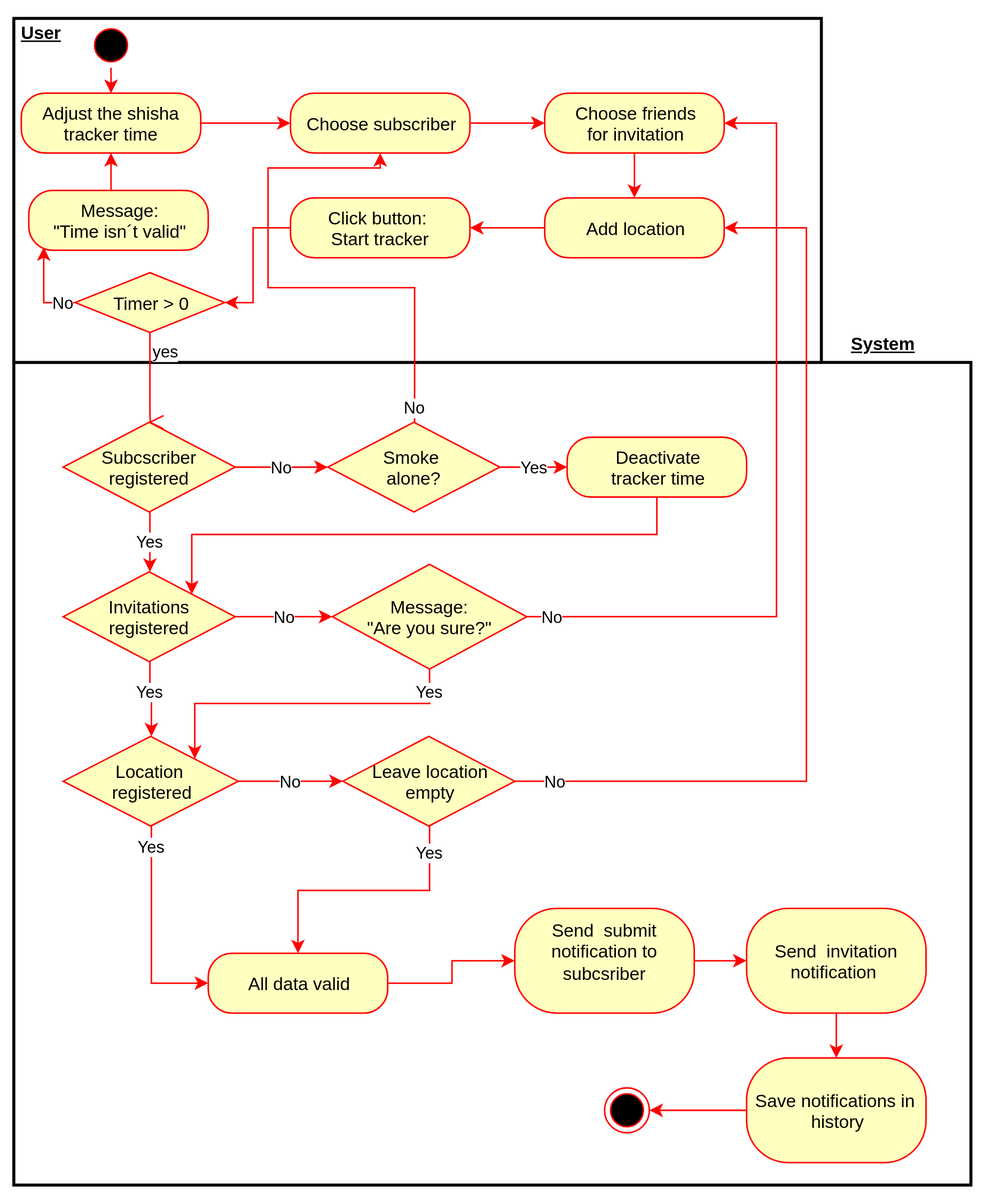
The draw.io diagram documentation/sendNotificationDiagram.svg in DawidMa/sheeshApp, before a commit. Source tidied: cells renumbered, new cells last; positions are measured from the earlier drawing's top-left corner, leaving out a move shared by most shapes.
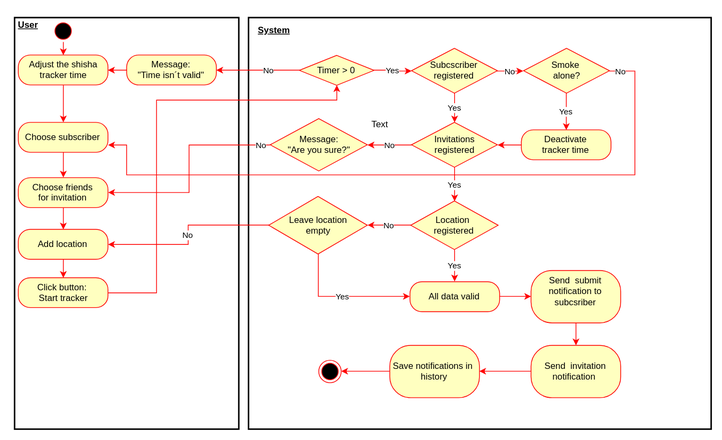
Above is the later version.

Change to the diagram source:
```diff
@@ -3,10 +3,10 @@
     <mxCell id="0" />
     <mxCell id="1" parent="0" />
     <mxCell id="2" style="html=1;strokeWidth=2;gradientColor=none;" parent="1" vertex="1">
-      <mxGeometry y="234" width="640" height="550" as="geometry" />
+      <mxGeometry x="313" y="4" width="619" height="550" as="geometry" />
     </mxCell>
     <mxCell id="3" style="html=1;strokeWidth=2;gradientColor=none;" parent="1" vertex="1">
-      <mxGeometry y="4" width="540" height="230" as="geometry" />
+      <mxGeometry y="4" width="300" height="550" as="geometry" />
     </mxCell>
     <mxCell id="4" style="edgeStyle=orthogonalEdgeStyle;rounded=0;html=1;exitX=0.5;exitY=1;entryX=0.5;entryY=0;jettySize=auto;strokeColor=#FF0000;" parent="1" edge="1" source="5" target="7">
       <mxGeometry relative="1" as="geometry" />
@@ -14,175 +14,163 @@
     <mxCell id="5" style="ellipse;html=1;shape=startState;fillColor=#000000;strokeColor=#ff0000;" parent="1" vertex="1">
       <mxGeometry x="50" y="7" width="30" height="30" as="geometry" />
     </mxCell>
-    <mxCell id="6" style="edgeStyle=orthogonalEdgeStyle;rounded=0;html=1;entryX=0;entryY=0.5;jettySize=auto;strokeColor=#FF0000;" parent="1" edge="1" source="7" target="9">
+    <mxCell id="6" style="edgeStyle=orthogonalEdgeStyle;rounded=0;html=1;exitX=0.5;exitY=1;jettySize=auto;strokeColor=#FF0000;" parent="1" edge="1" source="7" target="9">
       <mxGeometry relative="1" as="geometry" />
     </mxCell>
     <mxCell id="7" value="Adjust the shisha&lt;div&gt;&lt;div&gt;&lt;span&gt;tracker time&lt;/span&gt;&lt;/div&gt;&lt;/div&gt;" style="rounded=1;whiteSpace=wrap;html=1;arcSize=40;fillColor=#ffffc0;strokeColor=#ff0000;" parent="1" vertex="1">
       <mxGeometry x="5" y="54" width="120" height="40" as="geometry" />
     </mxCell>
-    <mxCell id="8" style="edgeStyle=orthogonalEdgeStyle;rounded=0;html=1;entryX=0;entryY=0.5;jettySize=auto;strokeColor=#FF0000;" parent="1" edge="1" source="9" target="11">
+    <mxCell id="8" style="edgeStyle=orthogonalEdgeStyle;rounded=0;html=1;entryX=0.5;entryY=0;jettySize=auto;strokeColor=#FF0000;" parent="1" edge="1" source="9" target="11">
       <mxGeometry relative="1" as="geometry" />
     </mxCell>
     <mxCell id="9" value="Choose subscriber" style="rounded=1;whiteSpace=wrap;html=1;arcSize=40;fillColor=#ffffc0;strokeColor=#ff0000;" parent="1" vertex="1">
-      <mxGeometry x="185" y="54" width="120" height="40" as="geometry" />
+      <mxGeometry x="5" y="144" width="120" height="40" as="geometry" />
     </mxCell>
     <mxCell id="10" style="edgeStyle=orthogonalEdgeStyle;rounded=0;html=1;entryX=0.5;entryY=0;jettySize=auto;strokeColor=#FF0000;" parent="1" edge="1" source="11" target="13">
       <mxGeometry relative="1" as="geometry" />
     </mxCell>
     <mxCell id="11" value="Choose friends&lt;div&gt;for&amp;nbsp;&lt;span&gt;invitation&lt;/span&gt;&lt;/div&gt;" style="rounded=1;whiteSpace=wrap;html=1;arcSize=40;fillColor=#ffffc0;strokeColor=#ff0000;" parent="1" vertex="1">
-      <mxGeometry x="355" y="54" width="120" height="40" as="geometry" />
+      <mxGeometry x="5" y="218" width="120" height="40" as="geometry" />
     </mxCell>
-    <mxCell id="12" style="edgeStyle=orthogonalEdgeStyle;rounded=0;html=1;entryX=1;entryY=0.5;jettySize=auto;strokeColor=#FF0000;" parent="1" edge="1" source="13" target="15">
+    <mxCell id="12" style="edgeStyle=orthogonalEdgeStyle;rounded=0;html=1;entryX=0.5;entryY=0;jettySize=auto;strokeColor=#FF0000;" parent="1" edge="1" source="13" target="15">
       <mxGeometry relative="1" as="geometry" />
     </mxCell>
     <mxCell id="13" value="Add location" style="rounded=1;whiteSpace=wrap;html=1;arcSize=40;fillColor=#ffffc0;strokeColor=#ff0000;" parent="1" vertex="1">
-      <mxGeometry x="355" y="124" width="120" height="40" as="geometry" />
+      <mxGeometry x="5" y="287" width="120" height="40" as="geometry" />
     </mxCell>
-    <mxCell id="14" style="edgeStyle=orthogonalEdgeStyle;rounded=0;html=1;exitX=0;exitY=0.5;entryX=1;entryY=0.5;jettySize=auto;strokeColor=#FF0000;" parent="1" edge="1" source="15" target="17">
+    <mxCell id="14" style="edgeStyle=orthogonalEdgeStyle;rounded=0;html=1;jettySize=auto;strokeColor=#FF0000;exitX=1;exitY=0.5;entryX=0.5;entryY=1;" parent="1" edge="1" source="15" target="17">
       <mxGeometry relative="1" as="geometry">
         <Array as="points">
-          <mxPoint x="160" y="144" />
-          <mxPoint x="160" y="194" />
+          <mxPoint x="190" y="372" />
+          <mxPoint x="190" y="114" />
+          <mxPoint x="431" y="114" />
         </Array>
       </mxGeometry>
     </mxCell>
     <mxCell id="15" value="Click button:&amp;nbsp;&lt;div&gt;Start tracker&lt;/div&gt;" style="rounded=1;whiteSpace=wrap;html=1;arcSize=40;fillColor=#ffffc0;strokeColor=#ff0000;" parent="1" vertex="1">
-      <mxGeometry x="185" y="124" width="120" height="40" as="geometry" />
+      <mxGeometry x="5" y="351.6" width="120" height="40" as="geometry" />
     </mxCell>
-    <mxCell id="16" value="No" style="edgeStyle=orthogonalEdgeStyle;rounded=0;html=1;exitX=0;exitY=0.5;entryX=0.083;entryY=0.95;entryPerimeter=0;jettySize=auto;strokeColor=#FF0000;" parent="1" edge="1" source="17" target="48">
-      <mxGeometry x="-0.74" relative="1" as="geometry" />
+    <mxCell id="16" value="No" style="edgeStyle=orthogonalEdgeStyle;rounded=0;html=1;entryX=1;entryY=0.5;jettySize=auto;strokeColor=#FF0000;" parent="1" edge="1" source="17" target="48">
+      <mxGeometry x="0.02" y="-15" relative="1" as="geometry">
+        <mxPoint x="15" y="15" as="offset" />
+      </mxGeometry>
     </mxCell>
+    <mxCell id="52" value="Yes" style="edgeStyle=orthogonalEdgeStyle;rounded=0;html=1;exitX=1;exitY=0.5;entryX=0;entryY=0.5;jettySize=auto;strokeColor=#FF0000;" parent="1" edge="1" source="17" target="21">
+      <mxGeometry relative="1" as="geometry" />
+    </mxCell>
     <mxCell id="17" value="Timer &amp;gt; 0" style="rhombus;whiteSpace=wrap;html=1;fillColor=#ffffc0;strokeColor=#ff0000;" parent="1" vertex="1">
-      <mxGeometry x="41" y="174" width="100" height="40" as="geometry" />
+      <mxGeometry x="381" y="54.5" width="100" height="40" as="geometry" />
     </mxCell>
-    <mxCell id="18" value="yes" style="edgeStyle=orthogonalEdgeStyle;html=1;align=left;verticalAlign=top;endArrow=open;endSize=8;strokeColor=#ff0000;exitX=0.5;exitY=1;" parent="1" edge="1" source="17">
-      <mxGeometry x="-1" relative="1" as="geometry">
-        <mxPoint x="90" y="274" as="targetPoint" />
-        <Array as="points">
-          <mxPoint x="90" y="274" />
-        </Array>
-      </mxGeometry>
-    </mxCell>
+    <mxCell id="20" value="Yes" style="edgeStyle=orthogonalEdgeStyle;rounded=0;html=1;exitX=0.5;exitY=1;jettySize=auto;strokeColor=#FF0000;" parent="1" edge="1" source="21" target="29">
+      <mxGeometry relative="1" as="geometry" />
+    </mxCell>
-    <mxCell id="19" value="No" style="edgeStyle=orthogonalEdgeStyle;rounded=0;html=1;exitX=1;exitY=0.5;entryX=0;entryY=0.5;jettySize=auto;fillColor=#f8cecc;strokeColor=#FF0000;" parent="1" edge="1" source="21" target="24">
+    <mxCell id="19" value="No" style="edgeStyle=orthogonalEdgeStyle;rounded=0;html=1;entryX=0;entryY=0.5;jettySize=auto;strokeColor=#FF0000;" parent="1" edge="1" source="21" target="24">
       <mxGeometry relative="1" as="geometry" />
     </mxCell>
-    <mxCell id="20" value="Yes" style="edgeStyle=orthogonalEdgeStyle;rounded=0;html=1;entryX=0.5;entryY=0;jettySize=auto;strokeColor=#FF0000;" parent="1" edge="1" source="21" target="29">
-      <mxGeometry relative="1" as="geometry" />
-    </mxCell>
     <mxCell id="21" value="Subcscriber registered" style="rhombus;whiteSpace=wrap;html=1;fillColor=#ffffc0;strokeColor=#ff0000;" parent="1" vertex="1">
-      <mxGeometry x="33" y="274" width="115" height="60" as="geometry" />
+      <mxGeometry x="531" y="45" width="115" height="60" as="geometry" />
     </mxCell>
-    <mxCell id="22" value="Yes" style="edgeStyle=orthogonalEdgeStyle;rounded=0;html=1;entryX=0;entryY=0.5;jettySize=auto;strokeColor=#FF0000;" parent="1" edge="1" source="24" target="26">
-      <mxGeometry relative="1" as="geometry" />
-    </mxCell>
-    <mxCell id="23" value="No" style="edgeStyle=orthogonalEdgeStyle;rounded=0;html=1;exitX=0.5;exitY=0;entryX=0.5;entryY=1;jettySize=auto;strokeColor=#FF0000;" parent="1" edge="1" source="24" target="9">
-      <mxGeometry x="-0.94" relative="1" as="geometry">
-        <Array as="points">
-          <mxPoint x="268" y="184" />
-          <mxPoint x="170" y="184" />
-          <mxPoint x="170" y="104" />
-          <mxPoint x="245" y="104" />
-        </Array>
-      </mxGeometry>
-    </mxCell>
-    <mxCell id="24" value="&lt;div&gt;Smoke&amp;nbsp;&lt;/div&gt;&lt;div&gt;alone?&lt;/div&gt;" style="rhombus;whiteSpace=wrap;html=1;fillColor=#ffffc0;strokeColor=#ff0000;" parent="1" vertex="1">
-      <mxGeometry x="210" y="274" width="115" height="60" as="geometry" />
-    </mxCell>
-    <mxCell id="25" style="edgeStyle=orthogonalEdgeStyle;rounded=0;html=1;exitX=0.5;exitY=1;entryX=1;entryY=0;jettySize=auto;strokeColor=#FF0000;" parent="1" edge="1" source="26" target="29">
+    <mxCell id="25" style="edgeStyle=orthogonalEdgeStyle;rounded=0;html=1;exitX=0;exitY=0.5;entryX=1;entryY=0.5;jettySize=auto;strokeColor=#FF0000;" parent="1" edge="1" source="26" target="29">
       <mxGeometry relative="1" as="geometry" />
     </mxCell>
     <mxCell id="26" value="Deactivate&lt;div&gt;tracker time&lt;/div&gt;" style="rounded=1;whiteSpace=wrap;html=1;arcSize=40;fillColor=#ffffc0;strokeColor=#ff0000;" parent="1" vertex="1">
-      <mxGeometry x="370" y="284" width="120" height="40" as="geometry" />
+      <mxGeometry x="678" y="154" width="120" height="40" as="geometry" />
     </mxCell>
     <mxCell id="27" value="Yes" style="edgeStyle=orthogonalEdgeStyle;rounded=0;html=1;exitX=0.5;exitY=1;entryX=0.5;entryY=0;jettySize=auto;strokeColor=#FF0000;" parent="1" edge="1" source="29" target="32">
-      <mxGeometry x="-0.2" relative="1" as="geometry" />
+      <mxGeometry relative="1" as="geometry" />
     </mxCell>
-    <mxCell id="28" value="No" style="edgeStyle=orthogonalEdgeStyle;rounded=0;html=1;entryX=0;entryY=0.5;jettySize=auto;strokeColor=#FF0000;" parent="1" edge="1" source="29" target="51">
+    <mxCell id="28" value="No" style="edgeStyle=orthogonalEdgeStyle;rounded=0;html=1;exitX=0;exitY=0.5;entryX=1;entryY=0.5;jettySize=auto;strokeColor=#FF0000;" parent="1" edge="1" source="29" target="51">
       <mxGeometry relative="1" as="geometry" />
     </mxCell>
     <mxCell id="29" value="Invitations&lt;div&gt;registered&lt;/div&gt;" style="rhombus;whiteSpace=wrap;html=1;fillColor=#ffffc0;strokeColor=#ff0000;" parent="1" vertex="1">
-      <mxGeometry x="33" y="374" width="115" height="60" as="geometry" />
+      <mxGeometry x="531" y="144" width="115" height="60" as="geometry" />
     </mxCell>
+    <mxCell id="31" value="Yes" style="edgeStyle=orthogonalEdgeStyle;rounded=0;html=1;exitX=0.5;exitY=1;entryX=0.5;entryY=0;jettySize=auto;strokeColor=#FF0000;" parent="1" edge="1" source="32" target="37">
+      <mxGeometry relative="1" as="geometry" />
+    </mxCell>
-    <mxCell id="30" value="No" style="edgeStyle=orthogonalEdgeStyle;rounded=0;html=1;entryX=0;entryY=0.5;jettySize=auto;strokeColor=#FF0000;" parent="1" edge="1" source="32" target="35">
+    <mxCell id="30" value="No" style="edgeStyle=orthogonalEdgeStyle;rounded=0;html=1;exitX=0;exitY=0.5;entryX=1;entryY=0.5;jettySize=auto;strokeColor=#FF0000;" parent="1" edge="1" source="32" target="35">
       <mxGeometry relative="1" as="geometry" />
     </mxCell>
-    <mxCell id="31" value="Yes" style="edgeStyle=orthogonalEdgeStyle;rounded=0;html=1;entryX=0;entryY=0.5;jettySize=auto;strokeColor=#FF0000;" parent="1" edge="1" source="32" target="37">
-      <mxGeometry x="-0.81" relative="1" as="geometry" />
-    </mxCell>
     <mxCell id="32" value="Location&amp;nbsp;&lt;div&gt;registered&lt;/div&gt;" style="rhombus;whiteSpace=wrap;html=1;fillColor=#ffffc0;strokeColor=#ff0000;" parent="1" vertex="1">
-      <mxGeometry x="33" y="484" width="117" height="60" as="geometry" />
+      <mxGeometry x="530" y="249" width="117" height="65" as="geometry" />
     </mxCell>
+    <mxCell id="34" value="Yes" style="edgeStyle=orthogonalEdgeStyle;rounded=0;html=1;exitX=0.5;exitY=1;entryX=0;entryY=0.5;jettySize=auto;strokeColor=#FF0000;" parent="1" edge="1" source="35" target="37">
+      <mxGeometry relative="1" as="geometry" />
+    </mxCell>
-    <mxCell id="33" value="No" style="edgeStyle=orthogonalEdgeStyle;rounded=0;html=1;jettySize=auto;strokeColor=#FF0000;entryX=1;entryY=0.5;" parent="1" edge="1" source="35" target="13">
-      <mxGeometry x="-0.91" relative="1" as="geometry">
-        <Array as="points">
-          <mxPoint x="530" y="514" />
-          <mxPoint x="530" y="144" />
-        </Array>
-      </mxGeometry>
+    <mxCell id="33" value="No" style="edgeStyle=orthogonalEdgeStyle;rounded=0;html=1;exitX=0;exitY=0.5;entryX=1;entryY=0.5;jettySize=auto;strokeColor=#FF0000;" parent="1" edge="1" source="35" target="13">
+      <mxGeometry relative="1" as="geometry" />
     </mxCell>
-    <mxCell id="34" value="Yes" style="edgeStyle=orthogonalEdgeStyle;rounded=0;html=1;entryX=0.5;entryY=0;jettySize=auto;strokeColor=#FF0000;" parent="1" edge="1" source="35" target="37">
-      <mxGeometry x="-0.79" relative="1" as="geometry">
-        <Array as="points">
-          <mxPoint x="278" y="587" />
-          <mxPoint x="190" y="587" />
-        </Array>
-      </mxGeometry>
-    </mxCell>
     <mxCell id="35" value="Leave location&lt;div&gt;empty&lt;/div&gt;" style="rhombus;whiteSpace=wrap;html=1;fillColor=#ffffc0;strokeColor=#ff0000;" parent="1" vertex="1">
-      <mxGeometry x="220" y="484" width="115" height="60" as="geometry" />
+      <mxGeometry x="340" y="243" width="132" height="77" as="geometry" />
     </mxCell>
     <mxCell id="36" style="edgeStyle=orthogonalEdgeStyle;rounded=0;html=1;exitX=1;exitY=0.5;entryX=0;entryY=0.5;jettySize=auto;strokeColor=#FF0000;" parent="1" edge="1" source="37" target="39">
       <mxGeometry relative="1" as="geometry" />
     </mxCell>
     <mxCell id="37" value="All data valid" style="rounded=1;whiteSpace=wrap;html=1;arcSize=40;fillColor=#ffffc0;strokeColor=#ff0000;" parent="1" vertex="1">
-      <mxGeometry x="130" y="629" width="120" height="40" as="geometry" />
+      <mxGeometry x="529" y="357" width="120" height="40" as="geometry" />
     </mxCell>
-    <mxCell id="38" style="edgeStyle=orthogonalEdgeStyle;rounded=0;html=1;entryX=0;entryY=0.5;jettySize=auto;strokeColor=#FF0000;" parent="1" edge="1" source="39" target="41">
+    <mxCell id="38" style="edgeStyle=orthogonalEdgeStyle;rounded=0;html=1;exitX=0.5;exitY=1;jettySize=auto;strokeColor=#FF0000;" parent="1" edge="1" source="39" target="41">
       <mxGeometry relative="1" as="geometry" />
     </mxCell>
     <mxCell id="39" value="Send&amp;nbsp; submit notification to&lt;div&gt;subcsriber&lt;br&gt;&lt;div&gt;&lt;br&gt;&lt;/div&gt;&lt;/div&gt;" style="rounded=1;whiteSpace=wrap;html=1;arcSize=40;fillColor=#ffffc0;strokeColor=#ff0000;" parent="1" vertex="1">
-      <mxGeometry x="335" y="599" width="120" height="70" as="geometry" />
+      <mxGeometry x="691" y="342" width="120" height="70" as="geometry" />
     </mxCell>
-    <mxCell id="40" style="edgeStyle=orthogonalEdgeStyle;rounded=0;html=1;entryX=0.5;entryY=0;jettySize=auto;strokeColor=#FF0000;" parent="1" edge="1" source="41" target="43">
+    <mxCell id="40" style="edgeStyle=orthogonalEdgeStyle;rounded=0;html=1;exitX=0;exitY=0.5;entryX=1;entryY=0.5;jettySize=auto;strokeColor=#FF0000;" parent="1" edge="1" source="41" target="43">
       <mxGeometry relative="1" as="geometry" />
     </mxCell>
     <mxCell id="41" value="Send&amp;nbsp; invitation notification&amp;nbsp;" style="rounded=1;whiteSpace=wrap;html=1;arcSize=40;fillColor=#ffffc0;strokeColor=#ff0000;" parent="1" vertex="1">
-      <mxGeometry x="490" y="599" width="120" height="70" as="geometry" />
+      <mxGeometry x="691" y="442" width="120" height="70" as="geometry" />
     </mxCell>
     <mxCell id="42" style="edgeStyle=orthogonalEdgeStyle;rounded=0;html=1;exitX=0;exitY=0.5;entryX=1;entryY=0.5;jettySize=auto;strokeColor=#FF0000;" parent="1" edge="1" source="43" target="44">
       <mxGeometry relative="1" as="geometry" />
     </mxCell>
     <mxCell id="43" value="Save notifications in&amp;nbsp;&lt;div&gt;history&lt;/div&gt;" style="rounded=1;whiteSpace=wrap;html=1;arcSize=40;fillColor=#ffffc0;strokeColor=#ff0000;" parent="1" vertex="1">
-      <mxGeometry x="490" y="699" width="120" height="70" as="geometry" />
+      <mxGeometry x="502" y="442" width="120" height="70" as="geometry" />
     </mxCell>
     <mxCell id="44" style="ellipse;html=1;shape=endState;fillColor=#000000;strokeColor=#ff0000;" parent="1" vertex="1">
-      <mxGeometry x="395" y="719" width="30" height="30" as="geometry" />
+      <mxGeometry x="407" y="462" width="30" height="30" as="geometry" />
     </mxCell>
     <mxCell id="45" value="&lt;b&gt;&lt;u&gt;User&lt;/u&gt;&lt;/b&gt;&lt;br&gt;" style="text;html=1;" parent="1" vertex="1">
       <mxGeometry x="3" width="50" height="30" as="geometry" />
     </mxCell>
     <mxCell id="46" value="&lt;b&gt;&lt;u&gt;System&lt;/u&gt;&lt;/b&gt;&lt;br&gt;" style="text;html=1;" parent="1" vertex="1">
-      <mxGeometry x="558" y="208" width="50" height="30" as="geometry" />
+      <mxGeometry x="324" y="7" width="50" height="30" as="geometry" />
     </mxCell>
-    <mxCell id="47" style="edgeStyle=orthogonalEdgeStyle;rounded=0;html=1;exitX=0.5;exitY=0;entryX=0.5;entryY=1;jettySize=auto;strokeColor=#FF0000;" parent="1" edge="1" source="48" target="7">
+    <mxCell id="47" style="edgeStyle=orthogonalEdgeStyle;rounded=0;html=1;exitX=0;exitY=0.5;jettySize=auto;strokeColor=#FF0000;" parent="1" edge="1" source="48" target="7">
       <mxGeometry relative="1" as="geometry" />
     </mxCell>
     <mxCell id="48" value="Message:&lt;div&gt;&quot;Time isn´t valid&quot;&lt;/div&gt;" style="rounded=1;whiteSpace=wrap;html=1;arcSize=40;fillColor=#ffffc0;strokeColor=#ff0000;" parent="1" vertex="1">
-      <mxGeometry x="10" y="119" width="120" height="40" as="geometry" />
+      <mxGeometry x="150" y="54" width="120" height="40" as="geometry" />
     </mxCell>
-    <mxCell id="49" value="Yes" style="edgeStyle=orthogonalEdgeStyle;rounded=0;html=1;exitX=0.5;exitY=1;entryX=1;entryY=0;jettySize=auto;strokeColor=#FF0000;" parent="1" edge="1" source="51" target="32">
-      <mxGeometry x="-0.86" relative="1" as="geometry" />
-    </mxCell>
-    <mxCell id="50" value="No" style="edgeStyle=orthogonalEdgeStyle;rounded=0;html=1;exitX=1;exitY=0.5;entryX=1;entryY=0.5;jettySize=auto;strokeColor=#FF0000;" parent="1" edge="1" source="51" target="11">
-      <mxGeometry x="-0.94" relative="1" as="geometry">
+    <mxCell id="50" value="No" style="edgeStyle=orthogonalEdgeStyle;rounded=0;html=1;exitX=0;exitY=0.5;entryX=1;entryY=0.5;jettySize=auto;strokeColor=#FF0000;" parent="1" edge="1" source="51" target="11">
+      <mxGeometry x="-0.92" relative="1" as="geometry">
         <Array as="points">
-          <mxPoint x="510" y="404" />
-          <mxPoint x="510" y="74" />
+          <mxPoint x="233" y="174" />
+          <mxPoint x="233" y="238" />
         </Array>
       </mxGeometry>
     </mxCell>
     <mxCell id="51" value="Message:&lt;br&gt;&quot;Are you sure?&quot;" style="rhombus;whiteSpace=wrap;html=1;fillColor=#ffffc0;strokeColor=#ff0000;" parent="1" vertex="1">
-      <mxGeometry x="213" y="369" width="130" height="70" as="geometry" />
+      <mxGeometry x="342" y="139" width="130" height="70" as="geometry" />
     </mxCell>
+    <mxCell id="22" value="Yes" style="edgeStyle=orthogonalEdgeStyle;rounded=0;html=1;exitX=0.5;exitY=1;entryX=0.5;entryY=0;jettySize=auto;strokeColor=#FF0000;" parent="1" edge="1" source="24" target="26">
+      <mxGeometry relative="1" as="geometry" />
+    </mxCell>
+    <mxCell id="23" value="No" style="edgeStyle=orthogonalEdgeStyle;rounded=0;html=1;exitX=1;exitY=0.5;jettySize=auto;strokeColor=#FF0000;entryX=1;entryY=0.75;" parent="1" edge="1" source="24" target="9">
+      <mxGeometry x="-0.97" relative="1" as="geometry">
+        <Array as="points">
+          <mxPoint x="830" y="75" />
+          <mxPoint x="830" y="214" />
+          <mxPoint x="150" y="214" />
+          <mxPoint x="150" y="174" />
+        </Array>
+      </mxGeometry>
+    </mxCell>
+    <mxCell id="24" value="&lt;div&gt;Smoke&amp;nbsp;&lt;/div&gt;&lt;div&gt;alone?&lt;/div&gt;" style="rhombus;whiteSpace=wrap;html=1;fillColor=#ffffc0;strokeColor=#ff0000;" parent="1" vertex="1">
+      <mxGeometry x="681" y="45" width="115" height="60" as="geometry" />
+    </mxCell>
+    <mxCell id="53" value="Text" style="text;html=1;align=left;verticalAlign=top;spacingTop=-4;" parent="1" vertex="1">
+      <mxGeometry x="476" y="137" width="40" height="20" as="geometry" />
+    </mxCell>
   </root>
 </mxGraphModel>
```
